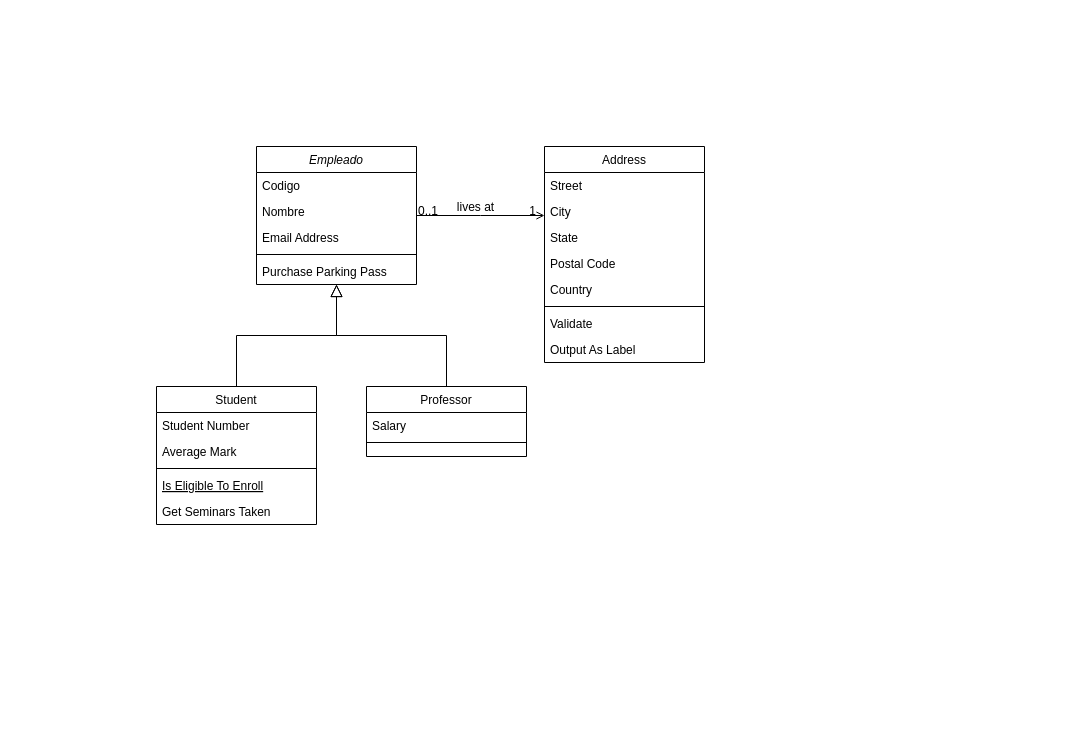
Above: DiagramaProyecto.drawio in RoyGeova07/Proyecto_Progra3_Simulador-Avanzado-de-Gestion-de-una-Planta-Industrial-Inteligente (draw.io), before the change. Source tidied: cells renumbered, new cells numbered last; positions are measured from the earlier drawing's top-left corner, leaving out a move shared by most shapes. Both pictures are drawn from the tidied source at 100%, with x=0, y=0 at pixel (156, 146).
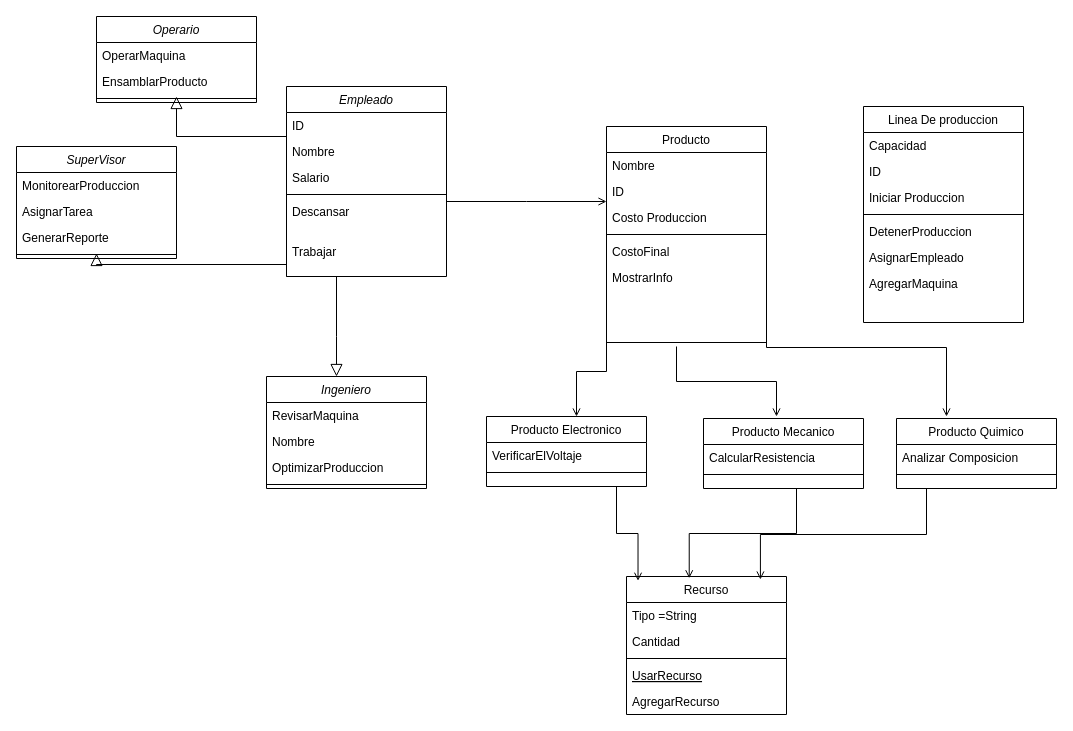
The same page after the edit.

Commit message:
Actualizacion_Diagrama

Unchanged cells that the change refers to:
```xml
<mxCell id="28" style="endArrow=open;shadow=0;strokeWidth=1;rounded=0;curved=0;endFill=1;edgeStyle=elbowEdgeStyle;elbow=vertical;" parent="1" edge="1" source="2" target="19">
  <mxGeometry x="0.5" y="41" relative="1" as="geometry">
    <mxPoint x="-40" y="32" as="offset" />
  </mxGeometry>
</mxCell>
```

Diff of the diagram source:
```diff
@@
     <mxCell id="2" value="Empleado" style="swimlane;fontStyle=2;align=center;verticalAlign=top;horizontal=1;startSize=26;rounded=0;shadow=0;strokeWidth=1;" parent="1" vertex="1">
-      <mxGeometry x="100" width="160" height="138" as="geometry" />
+      <mxGeometry x="130" y="-60" width="160" height="190" as="geometry" />
     </mxCell>
-    <mxCell id="3" value="Codigo" style="text;align=left;verticalAlign=top;spacingLeft=4;spacingRight=4;overflow=hidden;" parent="2" vertex="1">
+    <mxCell id="3" value="ID" style="text;align=left;verticalAlign=top;spacingLeft=4;spacingRight=4;overflow=hidden;" parent="2" vertex="1">
       <mxGeometry y="26" width="160" height="26" as="geometry" />
     </mxCell>
@@
-    <mxCell id="5" value="Email Address" style="text;align=left;verticalAlign=top;spacingLeft=4;spacingRight=4;overflow=hidden;rounded=0;shadow=0;html=0;" parent="2" vertex="1">
+    <mxCell id="5" value="Salario" style="text;align=left;verticalAlign=top;spacingLeft=4;spacingRight=4;overflow=hidden;rounded=0;shadow=0;html=0;" parent="2" vertex="1">
       <mxGeometry y="78" width="160" height="26" as="geometry" />
     </mxCell>
@@
+    <mxCell id="32" value="Descansar" style="text;align=left;verticalAlign=top;spacingLeft=4;spacingRight=4;overflow=hidden;rounded=0;shadow=0;html=0;" parent="2" vertex="1">
+      <mxGeometry y="112" width="160" height="40" as="geometry" />
+    </mxCell>
-    <mxCell id="7" value="Purchase Parking Pass" style="text;align=left;verticalAlign=top;spacingLeft=4;spacingRight=4;overflow=hidden;" parent="2" vertex="1">
-      <mxGeometry y="112" width="160" height="26" as="geometry" />
+    <mxCell id="7" value="Trabajar" style="text;align=left;verticalAlign=top;spacingLeft=4;spacingRight=4;overflow=hidden;" parent="2" vertex="1">
+      <mxGeometry y="152" width="160" height="38" as="geometry" />
     </mxCell>
-    <mxCell id="8" value="Student" style="swimlane;fontStyle=0;align=center;verticalAlign=top;horizontal=1;startSize=26;rounded=0;shadow=0;strokeWidth=1;" parent="1" vertex="1">
-      <mxGeometry y="240" width="160" height="138" as="geometry" />
+    <mxCell id="8" value="Recurso" style="swimlane;fontStyle=0;align=center;verticalAlign=top;horizontal=1;startSize=26;rounded=0;shadow=0;strokeWidth=1;" parent="1" vertex="1">
+      <mxGeometry x="470" y="430" width="160" height="138" as="geometry" />
     </mxCell>
-    <mxCell id="9" value="Student Number" style="text;align=left;verticalAlign=top;spacingLeft=4;spacingRight=4;overflow=hidden;" parent="8" vertex="1">
+    <mxCell id="9" value="Tipo =String " style="text;align=left;verticalAlign=top;spacingLeft=4;spacingRight=4;overflow=hidden;" parent="8" vertex="1">
       <mxGeometry y="26" width="160" height="26" as="geometry" />
     </mxCell>
-    <mxCell id="10" value="Average Mark" style="text;align=left;verticalAlign=top;spacingLeft=4;spacingRight=4;overflow=hidden;rounded=0;shadow=0;html=0;" parent="8" vertex="1">
+    <mxCell id="10" value="Cantidad" style="text;align=left;verticalAlign=top;spacingLeft=4;spacingRight=4;overflow=hidden;rounded=0;shadow=0;html=0;" parent="8" vertex="1">
       <mxGeometry y="52" width="160" height="26" as="geometry" />
     </mxCell>
@@
-    <mxCell id="12" value="Is Eligible To Enroll" style="text;align=left;verticalAlign=top;spacingLeft=4;spacingRight=4;overflow=hidden;fontStyle=4;" parent="8" vertex="1">
+    <mxCell id="12" value="UsarRecurso" style="text;align=left;verticalAlign=top;spacingLeft=4;spacingRight=4;overflow=hidden;fontStyle=4;" parent="8" vertex="1">
       <mxGeometry y="86" width="160" height="26" as="geometry" />
     </mxCell>
-    <mxCell id="13" value="Get Seminars Taken" style="text;align=left;verticalAlign=top;spacingLeft=4;spacingRight=4;overflow=hidden;" parent="8" vertex="1">
+    <mxCell id="13" value="AgregarRecurso" style="text;align=left;verticalAlign=top;spacingLeft=4;spacingRight=4;overflow=hidden;" parent="8" vertex="1">
       <mxGeometry y="112" width="160" height="26" as="geometry" />
     </mxCell>
-    <mxCell id="14" style="endArrow=block;endSize=10;endFill=0;shadow=0;strokeWidth=1;rounded=0;curved=0;edgeStyle=elbowEdgeStyle;elbow=vertical;" parent="1" edge="1" source="8" target="2">
-      <mxGeometry relative="1" as="geometry" />
-    </mxCell>
-    <mxCell id="15" value="Professor" style="swimlane;fontStyle=0;align=center;verticalAlign=top;horizontal=1;startSize=26;rounded=0;shadow=0;strokeWidth=1;" parent="1" vertex="1">
-      <mxGeometry x="210" y="240" width="160" height="70" as="geometry" />
-    </mxCell>
-    <mxCell id="16" value="Salary" style="text;align=left;verticalAlign=top;spacingLeft=4;spacingRight=4;overflow=hidden;" parent="15" vertex="1">
-      <mxGeometry y="26" width="160" height="26" as="geometry" />
-    </mxCell>
-    <mxCell id="17" style="line;html=1;strokeWidth=1;align=left;verticalAlign=middle;spacingTop=-1;spacingLeft=3;spacingRight=3;labelPosition=right;" parent="15" vertex="1">
-      <mxGeometry y="52" width="160" height="8" as="geometry" />
-    </mxCell>
-    <mxCell id="18" style="endArrow=block;endSize=10;endFill=0;shadow=0;strokeWidth=1;rounded=0;curved=0;edgeStyle=elbowEdgeStyle;elbow=vertical;" parent="1" edge="1" source="15" target="2">
-      <mxGeometry relative="1" as="geometry" />
+    <mxCell id="18" style="endArrow=block;endSize=10;endFill=0;shadow=0;strokeWidth=1;rounded=0;curved=0;edgeStyle=elbowEdgeStyle;elbow=vertical;" parent="1" edge="1">
+      <mxGeometry relative="1" as="geometry">
+        <mxPoint x="180" y="130" as="sourcePoint" />
+        <mxPoint x="180" y="230" as="targetPoint" />
+        <Array as="points">
+          <mxPoint x="350" y="190" />
+        </Array>
+      </mxGeometry>
     </mxCell>
-    <mxCell id="19" value="Address" style="swimlane;fontStyle=0;align=center;verticalAlign=top;horizontal=1;startSize=26;rounded=0;shadow=0;strokeWidth=1;" parent="1" vertex="1">
-      <mxGeometry x="388" width="160" height="216" as="geometry" />
+    <mxCell id="19" value="Producto" style="swimlane;fontStyle=0;align=center;verticalAlign=top;horizontal=1;startSize=26;rounded=0;shadow=0;strokeWidth=1;" parent="1" vertex="1">
+      <mxGeometry x="450" y="-20" width="160" height="216" as="geometry" />
     </mxCell>
-    <mxCell id="20" value="Street" style="text;align=left;verticalAlign=top;spacingLeft=4;spacingRight=4;overflow=hidden;" parent="19" vertex="1">
+    <mxCell id="20" value="Nombre" style="text;align=left;verticalAlign=top;spacingLeft=4;spacingRight=4;overflow=hidden;" parent="19" vertex="1">
       <mxGeometry y="26" width="160" height="26" as="geometry" />
     </mxCell>
-    <mxCell id="21" value="City" style="text;align=left;verticalAlign=top;spacingLeft=4;spacingRight=4;overflow=hidden;rounded=0;shadow=0;html=0;" parent="19" vertex="1">
+    <mxCell id="21" value="ID" style="text;align=left;verticalAlign=top;spacingLeft=4;spacingRight=4;overflow=hidden;rounded=0;shadow=0;html=0;" parent="19" vertex="1">
       <mxGeometry y="52" width="160" height="26" as="geometry" />
     </mxCell>
-    <mxCell id="22" value="State" style="text;align=left;verticalAlign=top;spacingLeft=4;spacingRight=4;overflow=hidden;rounded=0;shadow=0;html=0;" parent="19" vertex="1">
+    <mxCell id="22" value="Costo Produccion" style="text;align=left;verticalAlign=top;spacingLeft=4;spacingRight=4;overflow=hidden;rounded=0;shadow=0;html=0;" parent="19" vertex="1">
       <mxGeometry y="78" width="160" height="26" as="geometry" />
     </mxCell>
-    <mxCell id="23" value="Postal Code" style="text;align=left;verticalAlign=top;spacingLeft=4;spacingRight=4;overflow=hidden;rounded=0;shadow=0;html=0;" parent="19" vertex="1">
-      <mxGeometry y="104" width="160" height="26" as="geometry" />
-    </mxCell>
-    <mxCell id="24" value="Country" style="text;align=left;verticalAlign=top;spacingLeft=4;spacingRight=4;overflow=hidden;rounded=0;shadow=0;html=0;" parent="19" vertex="1">
-      <mxGeometry y="130" width="160" height="26" as="geometry" />
-    </mxCell>
     <mxCell id="25" style="line;html=1;strokeWidth=1;align=left;verticalAlign=middle;spacingTop=-1;spacingLeft=3;spacingRight=3;labelPosition=right;" parent="19" vertex="1">
-      <mxGeometry y="156" width="160" height="8" as="geometry" />
+      <mxGeometry y="104" width="160" height="8" as="geometry" />
     </mxCell>
-    <mxCell id="26" value="Validate" style="text;align=left;verticalAlign=top;spacingLeft=4;spacingRight=4;overflow=hidden;" parent="19" vertex="1">
-      <mxGeometry y="164" width="160" height="26" as="geometry" />
+    <mxCell id="26" value="CostoFinal" style="text;align=left;verticalAlign=top;spacingLeft=4;spacingRight=4;overflow=hidden;" parent="19" vertex="1">
+      <mxGeometry y="112" width="160" height="26" as="geometry" />
     </mxCell>
-    <mxCell id="27" value="Output As Label" style="text;align=left;verticalAlign=top;spacingLeft=4;spacingRight=4;overflow=hidden;points=[[0,0.5],[1,0.5]];portConstraint=eastwest;" parent="19" vertex="1">
-      <mxGeometry y="190" width="160" height="26" as="geometry" />
+    <mxCell id="27" value="MostrarInfo" style="text;align=left;verticalAlign=top;spacingLeft=4;spacingRight=4;overflow=hidden;points=[[0,0.5],[1,0.5]];portConstraint=eastwest;labelBackgroundColor=none;" parent="19" vertex="1">
+      <mxGeometry y="138" width="160" height="26" as="geometry" />
     </mxCell>
@@
-    <mxCell id="29" value="0..1" style="align=left;verticalAlign=bottom;labelBackgroundColor=none;fontSize=12;" parent="28" vertex="1">
-      <mxGeometry x="-1" relative="1" as="geometry">
-        <mxPoint y="4" as="offset" />
-      </mxGeometry>
-    </mxCell>
-    <mxCell id="30" value="1" style="align=right;verticalAlign=bottom;labelBackgroundColor=none;fontSize=12;" parent="28" vertex="1">
-      <mxGeometry x="1" relative="1" as="geometry">
-        <mxPoint x="-7" y="4" as="offset" />
-      </mxGeometry>
-    </mxCell>
-    <mxCell id="31" value="lives at" style="text;html=1;align=center;verticalAlign=middle;labelBackgroundColor=none;rounded=0;shadow=0;strokeWidth=1;fontSize=12;" parent="28" vertex="1">
-      <mxGeometry x="0.5" y="49" relative="1" as="geometry">
-        <mxPoint x="-38" y="40" as="offset" />
-      </mxGeometry>
-    </mxCell>
+    <mxCell id="33" value="Ingeniero" style="swimlane;fontStyle=2;align=center;verticalAlign=top;horizontal=1;startSize=26;rounded=0;shadow=0;strokeWidth=1;" parent="1" vertex="1">
+      <mxGeometry x="110" y="230" width="160" height="112" as="geometry" />
+    </mxCell>
+    <mxCell id="34" value="RevisarMaquina" style="text;align=left;verticalAlign=top;spacingLeft=4;spacingRight=4;overflow=hidden;" parent="33" vertex="1">
+      <mxGeometry y="26" width="160" height="26" as="geometry" />
+    </mxCell>
+    <mxCell id="35" value="Nombre" style="text;align=left;verticalAlign=top;spacingLeft=4;spacingRight=4;overflow=hidden;rounded=0;shadow=0;html=0;" parent="33" vertex="1">
+      <mxGeometry y="52" width="160" height="26" as="geometry" />
+    </mxCell>
+    <mxCell id="36" value="OptimizarProduccion" style="text;align=left;verticalAlign=top;spacingLeft=4;spacingRight=4;overflow=hidden;rounded=0;shadow=0;html=0;" parent="33" vertex="1">
+      <mxGeometry y="78" width="160" height="26" as="geometry" />
+    </mxCell>
+    <mxCell id="37" style="line;html=1;strokeWidth=1;align=left;verticalAlign=middle;spacingTop=-1;spacingLeft=3;spacingRight=3;labelPosition=right;" parent="33" vertex="1">
+      <mxGeometry y="104" width="160" height="8" as="geometry" />
+    </mxCell>
+    <mxCell id="38" value="SuperVisor" style="swimlane;fontStyle=2;align=center;verticalAlign=top;horizontal=1;startSize=26;rounded=0;shadow=0;strokeWidth=1;" parent="1" vertex="1">
+      <mxGeometry x="-140" width="160" height="112" as="geometry" />
+    </mxCell>
+    <mxCell id="39" value="MonitorearProduccion" style="text;align=left;verticalAlign=top;spacingLeft=4;spacingRight=4;overflow=hidden;" parent="38" vertex="1">
+      <mxGeometry y="26" width="160" height="26" as="geometry" />
+    </mxCell>
+    <mxCell id="40" value="AsignarTarea" style="text;align=left;verticalAlign=top;spacingLeft=4;spacingRight=4;overflow=hidden;rounded=0;shadow=0;html=0;" parent="38" vertex="1">
+      <mxGeometry y="52" width="160" height="26" as="geometry" />
+    </mxCell>
+    <mxCell id="41" value="GenerarReporte" style="text;align=left;verticalAlign=top;spacingLeft=4;spacingRight=4;overflow=hidden;rounded=0;shadow=0;html=0;" parent="38" vertex="1">
+      <mxGeometry y="78" width="160" height="26" as="geometry" />
+    </mxCell>
+    <mxCell id="42" style="line;html=1;strokeWidth=1;align=left;verticalAlign=middle;spacingTop=-1;spacingLeft=3;spacingRight=3;labelPosition=right;" parent="38" vertex="1">
+      <mxGeometry y="104" width="160" height="8" as="geometry" />
+    </mxCell>
+    <mxCell id="43" value="Operario" style="swimlane;fontStyle=2;align=center;verticalAlign=top;horizontal=1;startSize=26;rounded=0;shadow=0;strokeWidth=1;" parent="1" vertex="1">
+      <mxGeometry x="-60" y="-130" width="160" height="86" as="geometry" />
+    </mxCell>
+    <mxCell id="44" value="OperarMaquina" style="text;align=left;verticalAlign=top;spacingLeft=4;spacingRight=4;overflow=hidden;" parent="43" vertex="1">
+      <mxGeometry y="26" width="160" height="26" as="geometry" />
+    </mxCell>
+    <mxCell id="45" value="EnsamblarProducto" style="text;align=left;verticalAlign=top;spacingLeft=4;spacingRight=4;overflow=hidden;rounded=0;shadow=0;html=0;" parent="43" vertex="1">
+      <mxGeometry y="52" width="160" height="26" as="geometry" />
+    </mxCell>
+    <mxCell id="46" style="line;html=1;strokeWidth=1;align=left;verticalAlign=middle;spacingTop=-1;spacingLeft=3;spacingRight=3;labelPosition=right;" parent="43" vertex="1">
+      <mxGeometry y="78" width="160" height="8" as="geometry" />
+    </mxCell>
+    <mxCell id="47" style="endArrow=block;endSize=10;endFill=0;shadow=0;strokeWidth=1;rounded=0;curved=0;edgeStyle=elbowEdgeStyle;elbow=vertical;" parent="1" edge="1">
+      <mxGeometry relative="1" as="geometry">
+        <mxPoint x="130" y="50" as="sourcePoint" />
+        <mxPoint x="20" y="-50" as="targetPoint" />
+        <Array as="points">
+          <mxPoint x="100" y="-10" />
+        </Array>
+      </mxGeometry>
+    </mxCell>
+    <mxCell id="48" style="endArrow=block;endSize=10;endFill=0;shadow=0;strokeWidth=1;rounded=0;curved=0;edgeStyle=elbowEdgeStyle;elbow=vertical;entryX=0;entryY=0.5;entryDx=0;entryDy=0;" parent="1" edge="1">
+      <mxGeometry relative="1" as="geometry">
+        <mxPoint x="130" y="130" as="sourcePoint" />
+        <mxPoint x="-60" y="107" as="targetPoint" />
+        <Array as="points">
+          <mxPoint x="180" y="118" />
+        </Array>
+      </mxGeometry>
+    </mxCell>
+    <mxCell id="49" value="Producto Electronico" style="swimlane;fontStyle=0;align=center;verticalAlign=top;horizontal=1;startSize=26;rounded=0;shadow=0;strokeWidth=1;" parent="1" vertex="1">
+      <mxGeometry x="330" y="270" width="160" height="70" as="geometry" />
+    </mxCell>
+    <mxCell id="50" value="VerificarElVoltaje" style="text;align=left;verticalAlign=top;spacingLeft=4;spacingRight=4;overflow=hidden;rounded=0;shadow=0;html=0;" parent="49" vertex="1">
+      <mxGeometry y="26" width="160" height="26" as="geometry" />
+    </mxCell>
+    <mxCell id="51" style="line;html=1;strokeWidth=1;align=left;verticalAlign=middle;spacingTop=-1;spacingLeft=3;spacingRight=3;labelPosition=right;" parent="49" vertex="1">
+      <mxGeometry y="52" width="160" height="8" as="geometry" />
+    </mxCell>
+    <mxCell id="52" style="endArrow=open;shadow=0;strokeWidth=1;rounded=0;curved=0;endFill=1;edgeStyle=elbowEdgeStyle;elbow=vertical;" parent="1" edge="1">
+      <mxGeometry x="0.5" y="41" relative="1" as="geometry">
+        <mxPoint x="520" y="200" as="sourcePoint" />
+        <mxPoint x="620" y="270" as="targetPoint" />
+        <mxPoint x="-40" y="32" as="offset" />
+      </mxGeometry>
+    </mxCell>
+    <mxCell id="53" value="Producto Mecanico" style="swimlane;fontStyle=0;align=center;verticalAlign=top;horizontal=1;startSize=26;rounded=0;shadow=0;strokeWidth=1;" parent="1" vertex="1">
+      <mxGeometry x="547" y="272" width="160" height="70" as="geometry" />
+    </mxCell>
+    <mxCell id="54" value="CalcularResistencia" style="text;align=left;verticalAlign=top;spacingLeft=4;spacingRight=4;overflow=hidden;rounded=0;shadow=0;html=0;" parent="53" vertex="1">
+      <mxGeometry y="26" width="160" height="26" as="geometry" />
+    </mxCell>
+    <mxCell id="55" style="line;html=1;strokeWidth=1;align=left;verticalAlign=middle;spacingTop=-1;spacingLeft=3;spacingRight=3;labelPosition=right;" parent="53" vertex="1">
+      <mxGeometry y="52" width="160" height="8" as="geometry" />
+    </mxCell>
+    <mxCell id="56" value="Producto Quimico" style="swimlane;fontStyle=0;align=center;verticalAlign=top;horizontal=1;startSize=26;rounded=0;shadow=0;strokeWidth=1;" parent="1" vertex="1">
+      <mxGeometry x="740" y="272" width="160" height="70" as="geometry" />
+    </mxCell>
+    <mxCell id="57" value="Analizar Composicion" style="text;align=left;verticalAlign=top;spacingLeft=4;spacingRight=4;overflow=hidden;rounded=0;shadow=0;html=0;" parent="56" vertex="1">
+      <mxGeometry y="26" width="160" height="26" as="geometry" />
+    </mxCell>
+    <mxCell id="58" style="line;html=1;strokeWidth=1;align=left;verticalAlign=middle;spacingTop=-1;spacingLeft=3;spacingRight=3;labelPosition=right;" parent="56" vertex="1">
+      <mxGeometry y="52" width="160" height="8" as="geometry" />
+    </mxCell>
+    <mxCell id="59" style="endArrow=open;shadow=0;strokeWidth=1;rounded=0;curved=0;endFill=1;edgeStyle=elbowEdgeStyle;elbow=vertical;exitX=1;exitY=0.5;exitDx=0;exitDy=0;" parent="1" edge="1" source="27">
+      <mxGeometry x="0.5" y="41" relative="1" as="geometry">
+        <mxPoint x="790" y="270" as="targetPoint" />
+        <mxPoint x="-40" y="32" as="offset" />
+      </mxGeometry>
+    </mxCell>
+    <mxCell id="60" style="endArrow=open;shadow=0;strokeWidth=1;rounded=0;curved=0;endFill=1;edgeStyle=elbowEdgeStyle;elbow=vertical;" parent="1" edge="1">
+      <mxGeometry x="0.5" y="41" relative="1" as="geometry">
+        <mxPoint x="450" y="180" as="sourcePoint" />
+        <mxPoint x="420" y="270" as="targetPoint" />
+        <mxPoint x="-40" y="32" as="offset" />
+      </mxGeometry>
+    </mxCell>
+    <mxCell id="61" style="endArrow=open;shadow=0;strokeWidth=1;rounded=0;curved=0;endFill=1;edgeStyle=elbowEdgeStyle;elbow=vertical;entryX=0.072;entryY=0.031;entryDx=0;entryDy=0;entryPerimeter=0;" parent="1" edge="1" target="8">
+      <mxGeometry x="0.5" y="41" relative="1" as="geometry">
+        <mxPoint x="460" y="340" as="sourcePoint" />
+        <mxPoint x="-40" y="32" as="offset" />
+      </mxGeometry>
+    </mxCell>
+    <mxCell id="62" style="endArrow=open;shadow=0;strokeWidth=1;rounded=0;curved=0;endFill=1;edgeStyle=elbowEdgeStyle;elbow=vertical;entryX=0.392;entryY=0.013;entryDx=0;entryDy=0;entryPerimeter=0;" parent="1" edge="1" target="8">
+      <mxGeometry x="0.5" y="41" relative="1" as="geometry">
+        <mxPoint x="640" y="342" as="sourcePoint" />
+        <mxPoint x="-40" y="32" as="offset" />
+      </mxGeometry>
+    </mxCell>
+    <mxCell id="63" style="endArrow=open;shadow=0;strokeWidth=1;rounded=0;curved=0;endFill=1;edgeStyle=elbowEdgeStyle;elbow=vertical;entryX=0.837;entryY=0.022;entryDx=0;entryDy=0;entryPerimeter=0;" parent="1" edge="1" target="8">
+      <mxGeometry x="0.5" y="41" relative="1" as="geometry">
+        <mxPoint x="770" y="342" as="sourcePoint" />
+        <mxPoint x="-40" y="32" as="offset" />
+      </mxGeometry>
+    </mxCell>
+    <mxCell id="64" value="Linea De produccion" style="swimlane;fontStyle=0;align=center;verticalAlign=top;horizontal=1;startSize=26;rounded=0;shadow=0;strokeWidth=1;" parent="1" vertex="1">
+      <mxGeometry x="707" y="-40" width="160" height="216" as="geometry" />
+    </mxCell>
+    <mxCell id="65" value="Capacidad" style="text;align=left;verticalAlign=top;spacingLeft=4;spacingRight=4;overflow=hidden;" parent="64" vertex="1">
+      <mxGeometry y="26" width="160" height="26" as="geometry" />
+    </mxCell>
+    <mxCell id="66" value="ID" style="text;align=left;verticalAlign=top;spacingLeft=4;spacingRight=4;overflow=hidden;rounded=0;shadow=0;html=0;" parent="64" vertex="1">
+      <mxGeometry y="52" width="160" height="26" as="geometry" />
+    </mxCell>
+    <mxCell id="67" value="Iniciar Produccion" style="text;align=left;verticalAlign=top;spacingLeft=4;spacingRight=4;overflow=hidden;rounded=0;shadow=0;html=0;" parent="64" vertex="1">
+      <mxGeometry y="78" width="160" height="26" as="geometry" />
+    </mxCell>
+    <mxCell id="68" style="line;html=1;strokeWidth=1;align=left;verticalAlign=middle;spacingTop=-1;spacingLeft=3;spacingRight=3;labelPosition=right;" parent="64" vertex="1">
+      <mxGeometry y="104" width="160" height="8" as="geometry" />
+    </mxCell>
+    <mxCell id="69" value="DetenerProduccion" style="text;align=left;verticalAlign=top;spacingLeft=4;spacingRight=4;overflow=hidden;" parent="64" vertex="1">
+      <mxGeometry y="112" width="160" height="26" as="geometry" />
+    </mxCell>
+    <mxCell id="70" value="AsignarEmpleado" style="text;align=left;verticalAlign=top;spacingLeft=4;spacingRight=4;overflow=hidden;labelBackgroundColor=none;" parent="64" vertex="1">
+      <mxGeometry y="138" width="160" height="26" as="geometry" />
+    </mxCell>
+    <mxCell id="71" value="AgregarMaquina" style="text;align=left;verticalAlign=top;spacingLeft=4;spacingRight=4;overflow=hidden;labelBackgroundColor=none;" parent="64" vertex="1">
+      <mxGeometry y="164" width="160" height="26" as="geometry" />
+    </mxCell>
```
